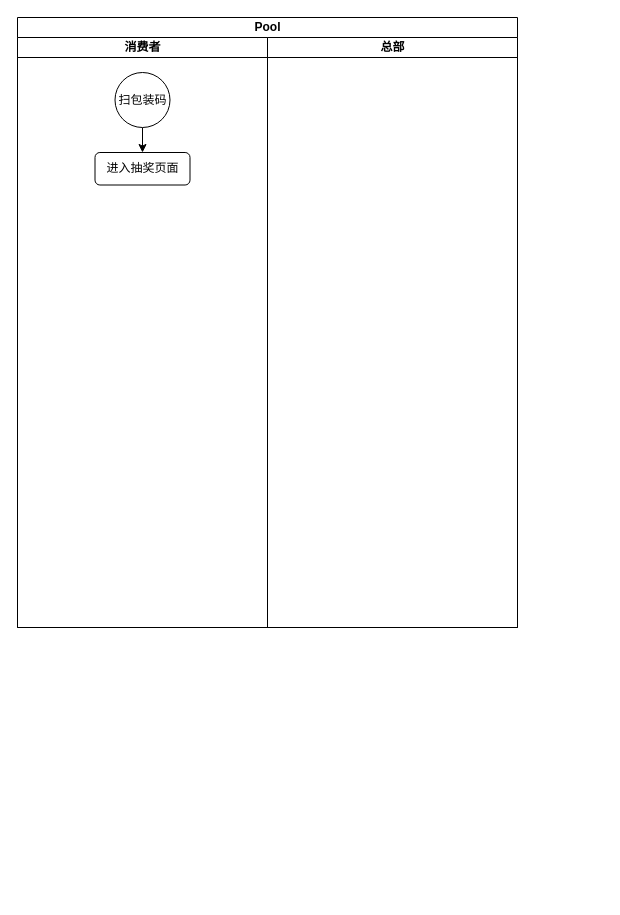
The draw.io diagram 抽奖猴.drawio in LeoNooob/myblueprint, before the edit. Source tidied: cells renumbered, new cells numbered last; positions are measured from the earlier drawing's top-left corner, leaving out a move shared by most shapes. Both pictures are drawn from the tidied source at 100%, with x=0, y=0 at pixel (17, 17).
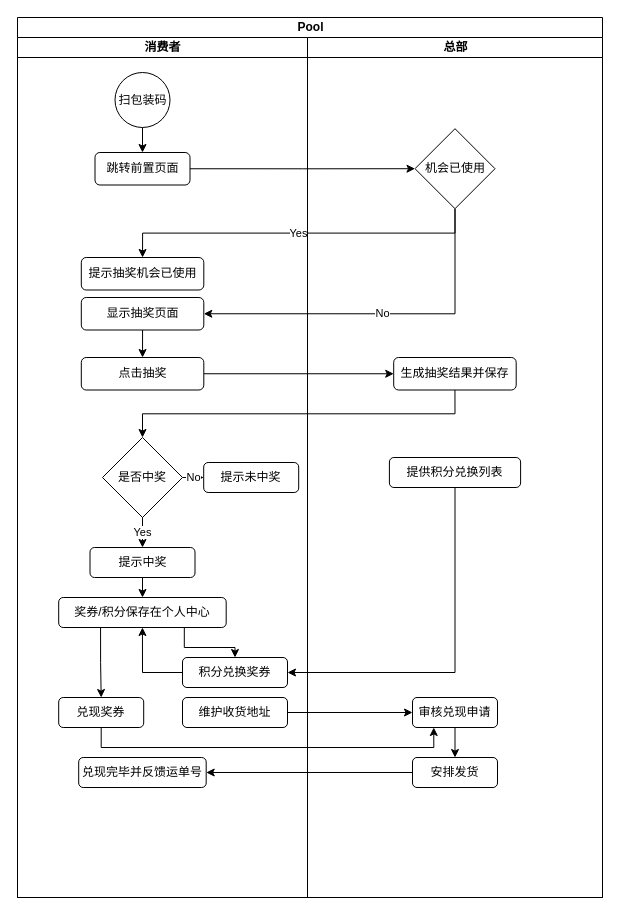
After the change.

Commit message:
更新抽奖猴.drawio

Diff of the diagram source:
```diff
@@
     <mxCell id="2" value="Pool" style="swimlane;startSize=20;html=1;" parent="1" vertex="1">
-      <mxGeometry width="500" height="610" as="geometry" />
+      <mxGeometry width="585" height="880" as="geometry" />
     </mxCell>
+    <mxCell id="8" style="edgeStyle=orthogonalEdgeStyle;rounded=0;jettySize=auto;html=1;exitX=1;exitY=0.5;exitDx=0;exitDy=0;entryX=0;entryY=0.5;entryDx=0;entryDy=0;" parent="2" edge="1" source="6" target="31">
+      <mxGeometry relative="1" as="geometry" />
+    </mxCell>
+    <mxCell id="9" value="Yes" style="edgeStyle=orthogonalEdgeStyle;rounded=0;jettySize=auto;html=1;exitX=0.5;exitY=1;exitDx=0;exitDy=0;entryX=0.5;entryY=0;entryDx=0;entryDy=0;" parent="2" edge="1" source="31" target="13">
+      <mxGeometry relative="1" as="geometry" />
+    </mxCell>
+    <mxCell id="10" value="No" style="edgeStyle=orthogonalEdgeStyle;rounded=0;jettySize=auto;html=1;exitX=0.5;exitY=1;exitDx=0;exitDy=0;entryX=1;entryY=0.5;entryDx=0;entryDy=0;" parent="2" edge="1" source="31" target="15">
+      <mxGeometry relative="1" as="geometry" />
+    </mxCell>
+    <mxCell id="11" style="edgeStyle=orthogonalEdgeStyle;rounded=0;jettySize=auto;html=1;exitX=1;exitY=0.5;exitDx=0;exitDy=0;entryX=0;entryY=0.5;entryDx=0;entryDy=0;" parent="2" edge="1" source="16" target="32">
+      <mxGeometry relative="1" as="geometry" />
+    </mxCell>
+    <mxCell id="12" style="edgeStyle=orthogonalEdgeStyle;rounded=0;jettySize=auto;html=1;exitX=0.5;exitY=1;exitDx=0;exitDy=0;entryX=0.5;entryY=0;entryDx=0;entryDy=0;" parent="2" edge="1" source="32" target="18">
+      <mxGeometry relative="1" as="geometry" />
+    </mxCell>
     <mxCell id="3" value="消费者" style="swimlane;startSize=20;html=1;" parent="2" vertex="1">
-      <mxGeometry y="20" width="250" height="590" as="geometry" />
+      <mxGeometry y="20" width="290" height="860" as="geometry" />
     </mxCell>
@@
-    <mxCell id="6" value="进入抽奖页面" style="rounded=1;whiteSpace=wrap;html=1;" parent="3" vertex="1">
+    <mxCell id="6" value="跳转前置页面" style="rounded=1;whiteSpace=wrap;html=1;" parent="3" vertex="1">
       <mxGeometry x="77.5" y="115" width="95" height="32.5" as="geometry" />
     </mxCell>
+    <mxCell id="13" value="提示抽奖机会已使用" style="rounded=1;whiteSpace=wrap;html=1;" parent="3" vertex="1">
+      <mxGeometry x="63.8" y="220" width="122.5" height="32.5" as="geometry" />
+    </mxCell>
+    <mxCell id="14" style="edgeStyle=orthogonalEdgeStyle;rounded=0;jettySize=auto;html=1;exitX=0.5;exitY=1;exitDx=0;exitDy=0;entryX=0.5;entryY=0;entryDx=0;entryDy=0;" parent="3" edge="1" source="15" target="16">
+      <mxGeometry relative="1" as="geometry" />
+    </mxCell>
+    <mxCell id="15" value="显示抽奖页面" style="rounded=1;whiteSpace=wrap;html=1;" parent="3" vertex="1">
+      <mxGeometry x="63.8" y="260" width="122.5" height="32.5" as="geometry" />
+    </mxCell>
+    <mxCell id="16" value="点击抽奖" style="rounded=1;whiteSpace=wrap;html=1;" parent="3" vertex="1">
+      <mxGeometry x="63.8" y="320" width="122.5" height="32.5" as="geometry" />
+    </mxCell>
+    <mxCell id="17" value="Yes" style="edgeStyle=orthogonalEdgeStyle;rounded=0;jettySize=auto;html=1;" parent="3" edge="1" source="18" target="22">
+      <mxGeometry relative="1" as="geometry" />
+    </mxCell>
+    <mxCell id="18" value="是否中奖" style="rhombus;whiteSpace=wrap;html=1;" parent="3" vertex="1">
+      <mxGeometry x="85" y="400" width="80" height="80" as="geometry" />
+    </mxCell>
+    <mxCell id="19" value="提示未中奖" style="rounded=1;whiteSpace=wrap;html=1;" parent="3" vertex="1">
+      <mxGeometry x="186.2" y="425" width="95" height="30" as="geometry" />
+    </mxCell>
+    <mxCell id="20" value="No" style="edgeStyle=orthogonalEdgeStyle;rounded=0;jettySize=auto;html=1;" parent="3" edge="1" source="18" target="19">
+      <mxGeometry relative="1" as="geometry" />
+    </mxCell>
+    <mxCell id="21" style="edgeStyle=orthogonalEdgeStyle;rounded=0;jettySize=auto;html=1;" parent="3" edge="1" source="22" target="25">
+      <mxGeometry relative="1" as="geometry" />
+    </mxCell>
+    <mxCell id="22" value="提示中奖" style="rounded=1;whiteSpace=wrap;html=1;" parent="3" vertex="1">
+      <mxGeometry x="72.5" y="510" width="105" height="30" as="geometry" />
+    </mxCell>
+    <mxCell id="23" style="edgeStyle=orthogonalEdgeStyle;rounded=0;jettySize=auto;html=1;exitX=0.75;exitY=1;exitDx=0;exitDy=0;entryX=0.5;entryY=0;entryDx=0;entryDy=0;" parent="3" edge="1" source="25" target="27">
+      <mxGeometry relative="1" as="geometry" />
+    </mxCell>
+    <mxCell id="24" style="edgeStyle=orthogonalEdgeStyle;rounded=0;jettySize=auto;html=1;exitX=0.25;exitY=1;exitDx=0;exitDy=0;entryX=0.5;entryY=0;entryDx=0;entryDy=0;" parent="3" edge="1" source="25" target="28">
+      <mxGeometry relative="1" as="geometry" />
+    </mxCell>
+    <mxCell id="25" value="奖券/积分保存在个人中心" style="rounded=1;whiteSpace=wrap;html=1;" parent="3" vertex="1">
+      <mxGeometry x="41.2" y="560" width="167.5" height="30" as="geometry" />
+    </mxCell>
+    <mxCell id="26" style="edgeStyle=orthogonalEdgeStyle;rounded=0;jettySize=auto;html=1;exitX=0;exitY=0.5;exitDx=0;exitDy=0;entryX=0.5;entryY=1;entryDx=0;entryDy=0;" parent="3" edge="1" source="27" target="25">
+      <mxGeometry relative="1" as="geometry" />
+    </mxCell>
+    <mxCell id="27" value="积分兑换奖券" style="rounded=1;whiteSpace=wrap;html=1;" parent="3" vertex="1">
+      <mxGeometry x="165" y="620" width="105" height="30" as="geometry" />
+    </mxCell>
+    <mxCell id="28" value="兑现奖券" style="rounded=1;whiteSpace=wrap;html=1;" parent="3" vertex="1">
+      <mxGeometry x="41.2" y="660" width="85" height="30" as="geometry" />
+    </mxCell>
+    <mxCell id="29" value="维护收货地址" style="rounded=1;whiteSpace=wrap;html=1;" parent="3" vertex="1">
+      <mxGeometry x="165" y="660" width="105" height="30" as="geometry" />
+    </mxCell>
+    <mxCell id="30" value="兑现完毕并反馈运单号" style="rounded=1;whiteSpace=wrap;html=1;" parent="3" vertex="1">
+      <mxGeometry x="61.2" y="720" width="127.5" height="30" as="geometry" />
+    </mxCell>
     <mxCell id="7" value="总部" style="swimlane;startSize=20;html=1;" parent="2" vertex="1">
-      <mxGeometry x="250" y="20" width="250" height="590" as="geometry" />
+      <mxGeometry x="290" y="20" width="295" height="860" as="geometry" />
     </mxCell>
+    <mxCell id="31" value="机会已使用" style="rhombus;whiteSpace=wrap;html=1;" parent="7" vertex="1">
+      <mxGeometry x="107.5" y="91.2" width="80" height="80" as="geometry" />
+    </mxCell>
+    <mxCell id="32" value="生成抽奖结果并保存" style="rounded=1;whiteSpace=wrap;html=1;" parent="7" vertex="1">
+      <mxGeometry x="86.2" y="320" width="122.5" height="32.5" as="geometry" />
+    </mxCell>
+    <mxCell id="33" value="提供积分兑换列表" style="rounded=1;whiteSpace=wrap;html=1;" parent="7" vertex="1">
+      <mxGeometry x="81.9" y="420" width="131.2" height="30" as="geometry" />
+    </mxCell>
+    <mxCell id="34" style="edgeStyle=orthogonalEdgeStyle;rounded=0;jettySize=auto;html=1;exitX=0.5;exitY=1;exitDx=0;exitDy=0;entryX=0.5;entryY=0;entryDx=0;entryDy=0;" parent="7" edge="1" source="35" target="36">
+      <mxGeometry relative="1" as="geometry" />
+    </mxCell>
+    <mxCell id="35" value="审核兑现申请" style="rounded=1;whiteSpace=wrap;html=1;" parent="7" vertex="1">
+      <mxGeometry x="105" y="660" width="85" height="30" as="geometry" />
+    </mxCell>
+    <mxCell id="36" value="安排发货" style="rounded=1;whiteSpace=wrap;html=1;" parent="7" vertex="1">
+      <mxGeometry x="105" y="720" width="85" height="30" as="geometry" />
+    </mxCell>
+    <mxCell id="37" style="edgeStyle=orthogonalEdgeStyle;rounded=0;jettySize=auto;html=1;exitX=0.5;exitY=1;exitDx=0;exitDy=0;entryX=1;entryY=0.5;entryDx=0;entryDy=0;" parent="2" edge="1" source="33" target="27">
+      <mxGeometry relative="1" as="geometry" />
+    </mxCell>
+    <mxCell id="38" style="edgeStyle=orthogonalEdgeStyle;rounded=0;jettySize=auto;html=1;exitX=1;exitY=0.5;exitDx=0;exitDy=0;entryX=0;entryY=0.5;entryDx=0;entryDy=0;" parent="2" edge="1" source="29" target="35">
+      <mxGeometry relative="1" as="geometry" />
+    </mxCell>
+    <mxCell id="39" style="edgeStyle=orthogonalEdgeStyle;rounded=0;jettySize=auto;html=1;exitX=0.5;exitY=1;exitDx=0;exitDy=0;entryX=0.25;entryY=1;entryDx=0;entryDy=0;" parent="2" edge="1" source="28" target="35">
+      <mxGeometry relative="1" as="geometry" />
+    </mxCell>
+    <mxCell id="40" style="edgeStyle=orthogonalEdgeStyle;rounded=0;jettySize=auto;html=1;exitX=0;exitY=0.5;exitDx=0;exitDy=0;entryX=1;entryY=0.5;entryDx=0;entryDy=0;" parent="2" edge="1" source="36" target="30">
+      <mxGeometry relative="1" as="geometry" />
+    </mxCell>
```
